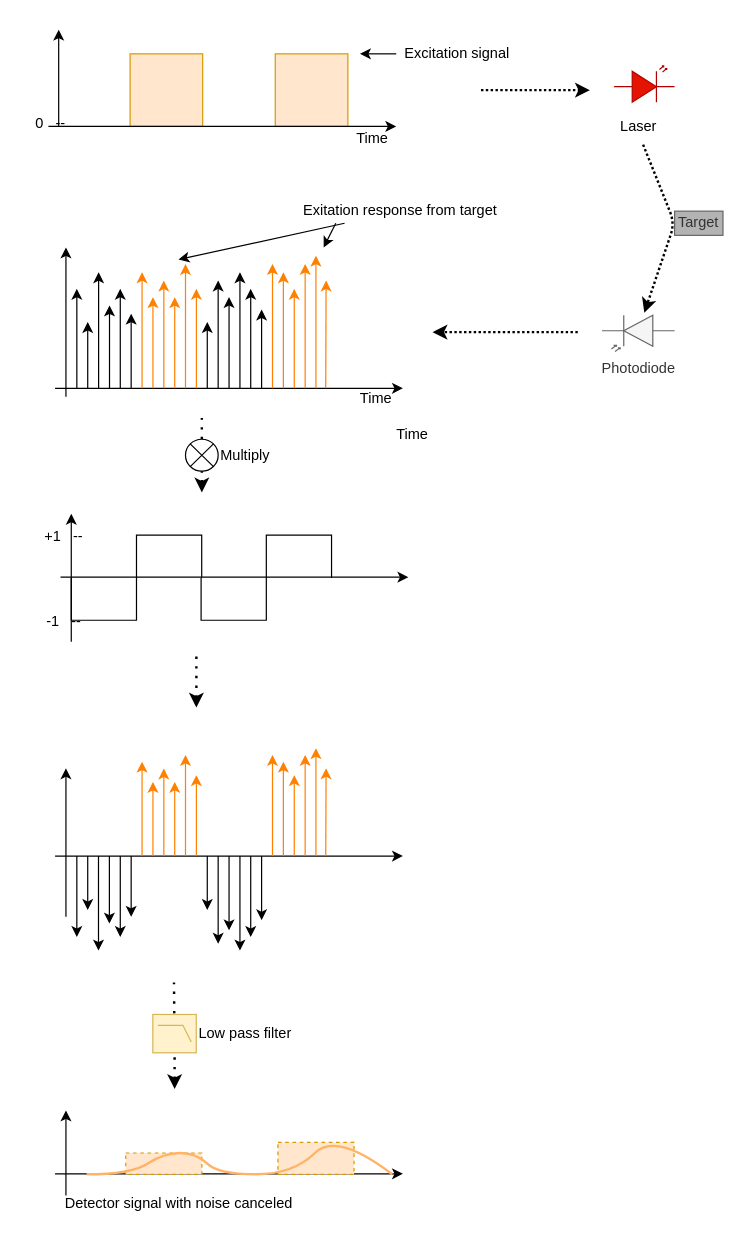
The draw.io diagram page "Signals" (1 of 5) of specs/lockin_detector.drawio in Rune75/Arduino_Synchronous_Detector, before the edit. Source tidied: cells renumbered, new cells numbered last; positions are measured from the earlier drawing's top-left corner, leaving out a move shared by most shapes. Both pictures are drawn from the tidied source at 121%, with x=0, y=0 at pixel (21, 29).
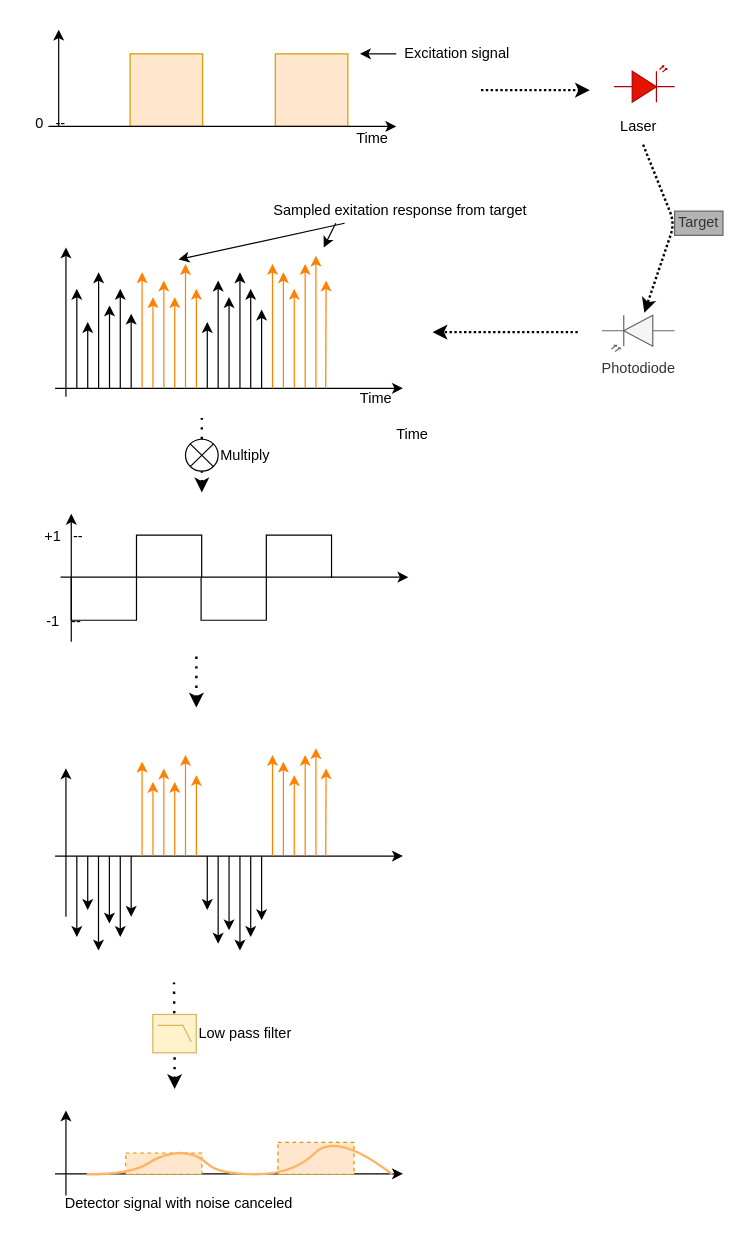
The same diagram, later.

Diff of the diagram source:
```diff
@@
-    <mxCell id="97" value="Exitation response from target" style="text;html=1;align=center;verticalAlign=middle;points=[];" parent="1" vertex="1">
-      <mxGeometry x="223" y="140" width="180" height="20" as="geometry" />
+    <mxCell id="97" value="Sampled exitation response from target" style="text;html=1;align=center;verticalAlign=middle;points=[];" parent="1" vertex="1">
+      <mxGeometry x="198" y="140" width="230" height="20" as="geometry" />
     </mxCell>
```
